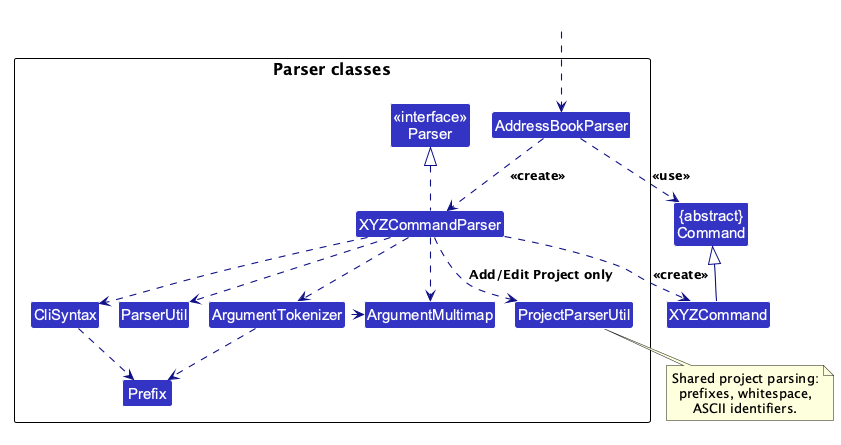
This is docs/images/ParserClasses.png from AY2627S1-CS2103T-T10-1/tp, a PlantUML export, as it was before one commit. Its source is kept beside it as docs/diagrams/ParserClasses.puml.
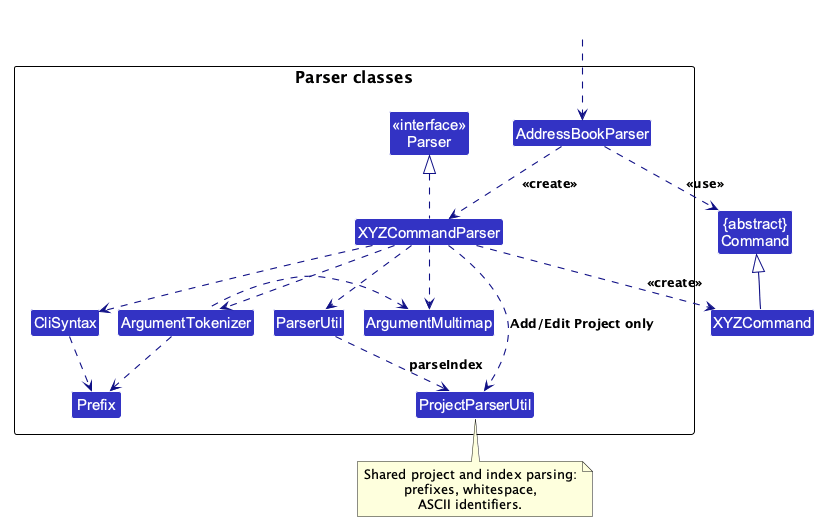
Later version of the same file.

Diff of the diagram source:
```diff
@@ -34,11 +34,12 @@
 CliSyntax ..> Prefix
 XYZCommandParser ..> ParserUtil
 note bottom of ProjectParserUtil
-  Shared project parsing:
+  Shared project and index parsing:
   prefixes, whitespace,
   ASCII identifiers.
 end note
 XYZCommandParser ..> ProjectParserUtil : Add/Edit Project only
+ParserUtil ..> ProjectParserUtil : parseIndex
 ArgumentTokenizer .down.> Prefix
 XYZCommand -up-|> Command
 @enduml
```
